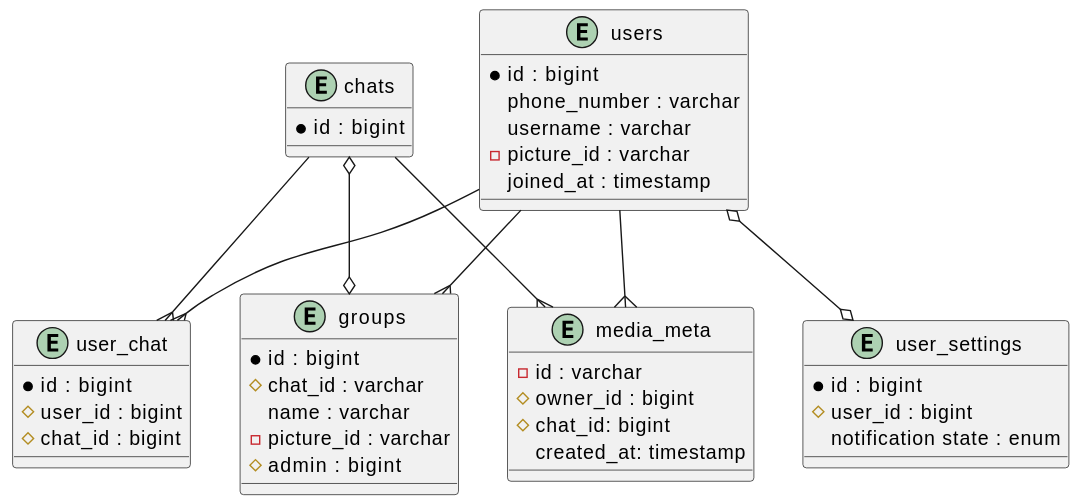
This is topics/architecture/2025-07_Chat_Messaging_Platform/solutions/lisa-gold/diagrams/svg/db.svg from holtzilya2008/my-code, a PlantUML export, as it was before one commit. Source of this version:
```plantuml
@startuml
entity users {
    *id : bigint
    phone_number : varchar
    username : varchar
    - picture_id : varchar
    joined_at : timestamp
}

entity chats {
    *id : bigint
}

entity user_chat {
    *id : bigint
    # user_id : bigint
    # chat_id : bigint
}

entity user_settings {
    *id : bigint
    # user_id : bigint
    notification state : enum
}

entity groups {
    *id : bigint
    # chat_id : varchar
    name : varchar
    - picture_id : varchar
    # admin : bigint
}

entity media_meta {
    - id : varchar
    # owner_id : bigint
    # chat_id: bigint
    created_at: timestamp
}

users o--o user_settings
users --{ user_chat
chats --{ user_chat
chats o--o groups
users --{ groups
users --{ media_meta
chats --{ media_meta
@enduml
```
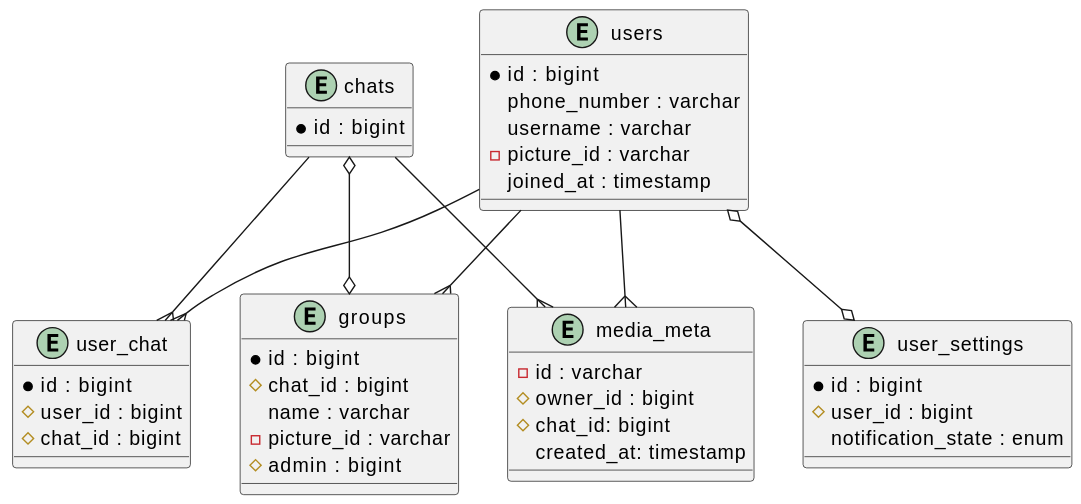
Later version of the same file.

What changed in the source:
```diff
@@ -20,12 +20,12 @@
 entity user_settings {
     *id : bigint
     # user_id : bigint
-    notification state : enum
+    notification_state : enum
 }
 
 entity groups {
     *id : bigint
-    # chat_id : varchar
+    # chat_id : bigint
     name : varchar
     - picture_id : varchar
     # admin : bigint
```
